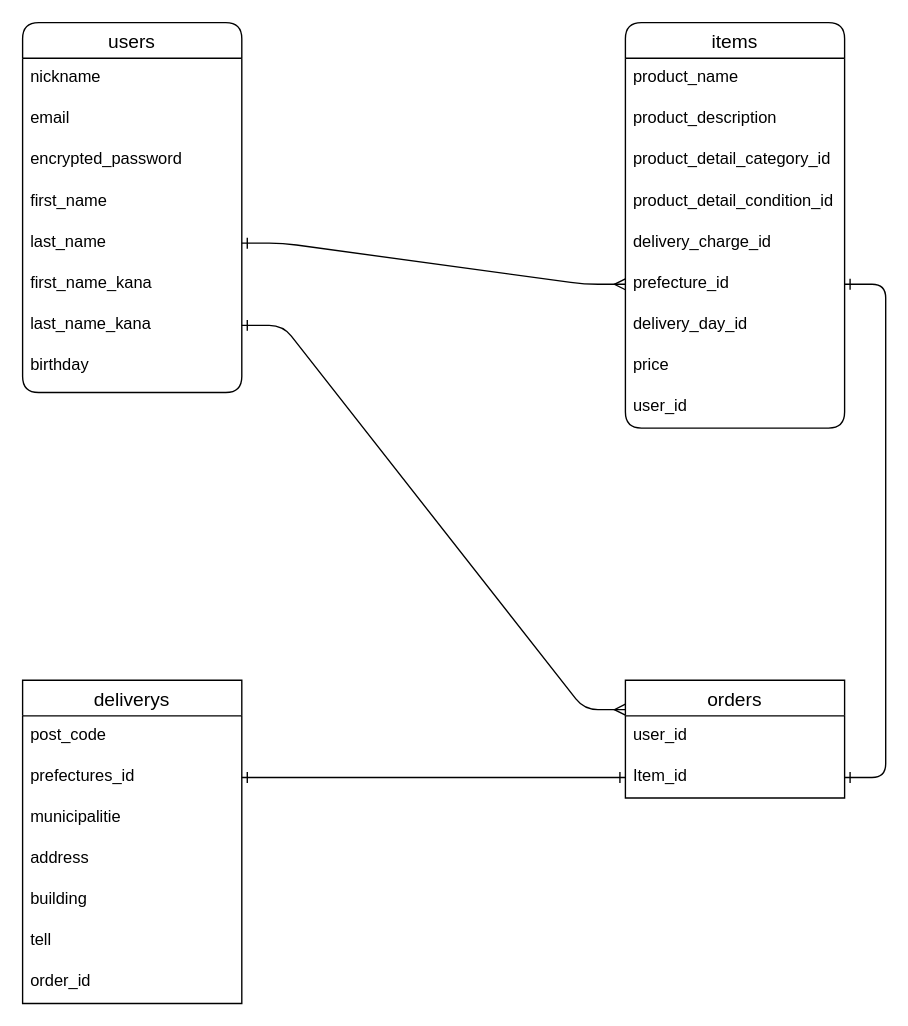
The draw.io diagram ER.dio in ssdtsk/furima-39334, before the edit. Source tidied: cells renumbered, new cells numbered last; positions are measured from the earlier drawing's top-left corner, leaving out a move shared by most shapes. Both pictures are drawn from the tidied source at 137%, with x=0, y=0 at pixel (22, 22).
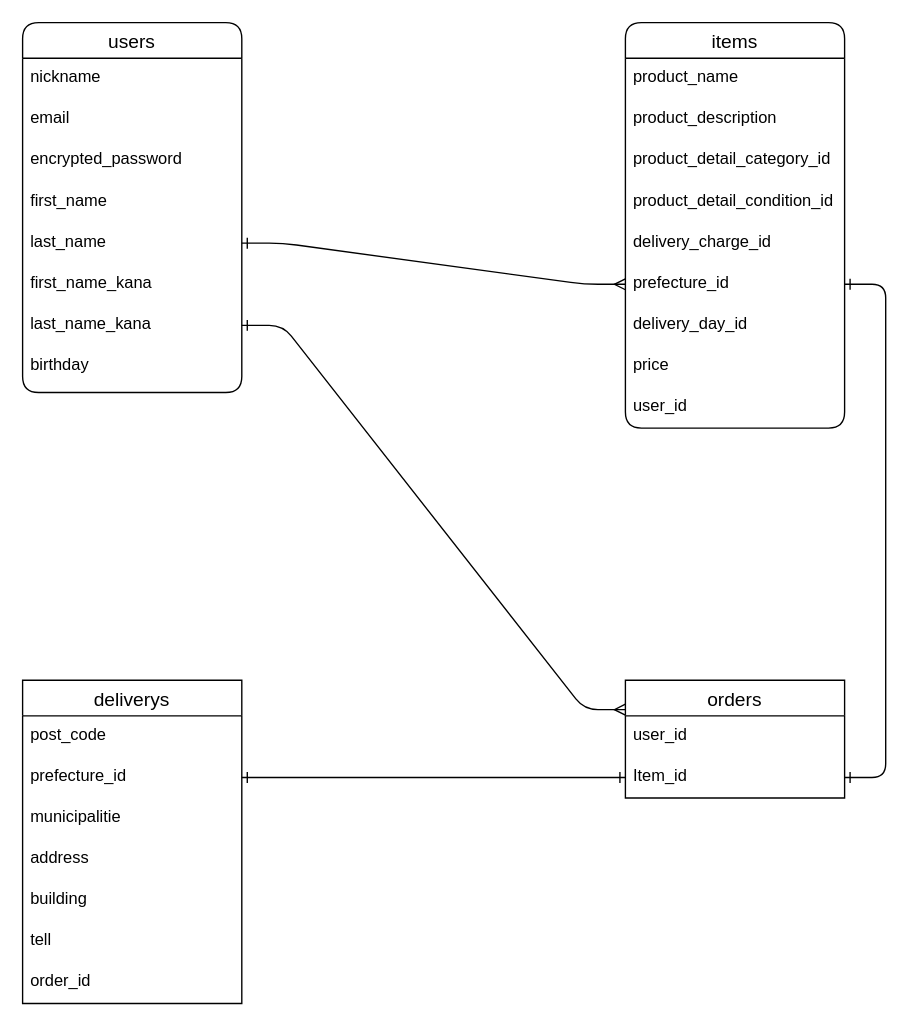
After the change.

Unchanged cells that the change refers to:
```xml
<mxCell id="27" value="deliverys" style="swimlane;fontStyle=0;horizontal=1;startSize=26;align=center;fontSize=14;" parent="1" vertex="1">
  <mxGeometry y="480" width="160" height="236" as="geometry" />
</mxCell>
```

Change to the diagram source:
```diff
@@
-    <mxCell id="29" value="prefectures_id" style="text;strokeColor=none;fillColor=none;spacingLeft=4;spacingRight=4;overflow=hidden;points=[[0,0.5],[1,0.5]];portConstraint=eastwest;fontSize=12;" parent="27" vertex="1">
+    <mxCell id="29" value="prefecture_id" style="text;strokeColor=none;fillColor=none;spacingLeft=4;spacingRight=4;overflow=hidden;points=[[0,0.5],[1,0.5]];portConstraint=eastwest;fontSize=12;" parent="27" vertex="1">
       <mxGeometry y="56" width="160" height="30" as="geometry" />
     </mxCell>
```
